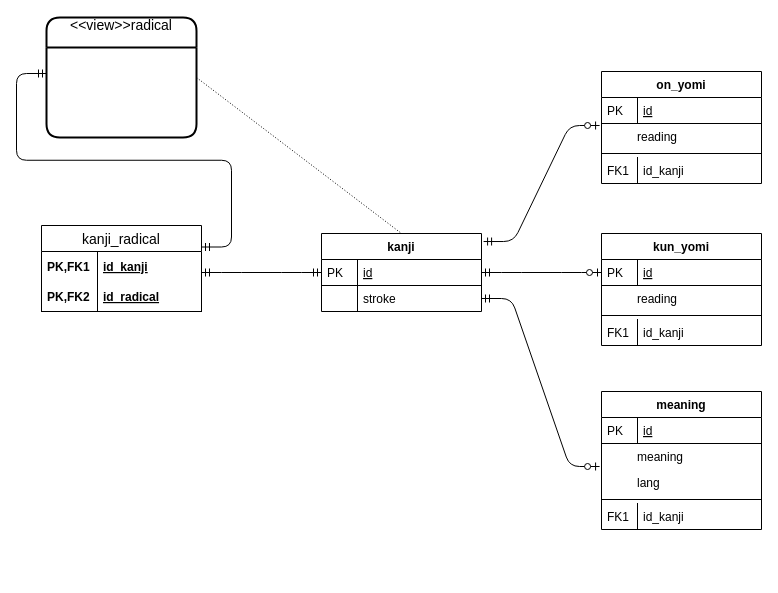
This is page "kanji.db" (1 of 2) of doc/ER_kanji.drawio from odrevet/edict_database, a draw.io file, before an edit. Source tidied: cells renumbered, new cells numbered last; positions are measured from the earlier drawing's top-left corner, leaving out a move shared by most shapes. Both pictures are drawn from the tidied source at 100%, with x=0, y=0 at pixel (41, 17).
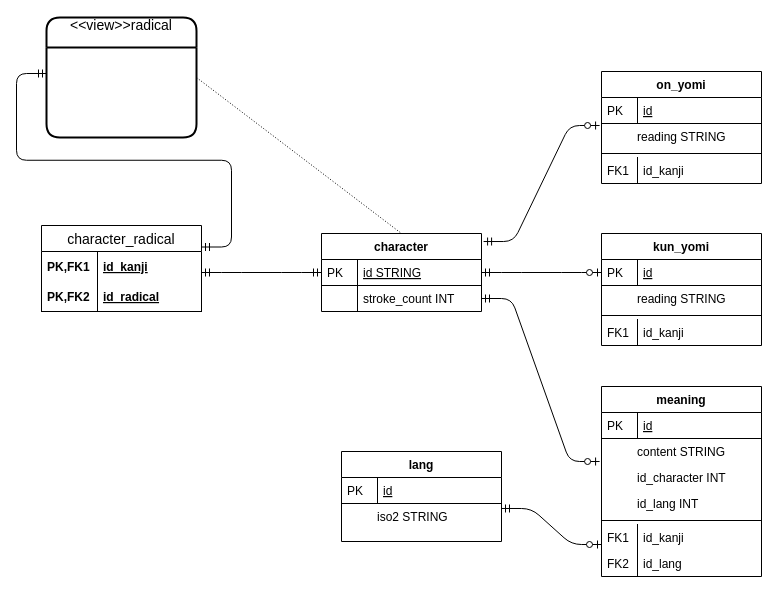
Above is the later version.

Unchanged cells that the change refers to:
```xml
<mxCell id="12" value="kun_yomi" style="swimlane;fontStyle=1;horizontal=1;startSize=26;rounded=0;shadow=0;strokeWidth=1;" parent="1" vertex="1">
  <mxGeometry x="560" y="216" width="160" height="112" as="geometry" />
</mxCell>
<mxCell id="20" value="on_yomi" style="swimlane;fontStyle=1;horizontal=1;startSize=26;rounded=0;shadow=0;strokeWidth=1;" parent="1" vertex="1">
  <mxGeometry x="560" y="54" width="160" height="112" as="geometry" />
</mxCell>
```

Diff of the diagram source:
```diff
@@
-<mxGraphModel>
+<mxGraphModel background="#FFFFFF">
@@
     <mxCell id="2" value="meaning" style="swimlane;fontStyle=1;horizontal=1;startSize=26;rounded=0;shadow=0;strokeWidth=1;" parent="1" vertex="1">
-      <mxGeometry x="560" y="374" width="160" height="138" as="geometry" />
+      <mxGeometry x="560" y="369" width="160" height="190" as="geometry" />
     </mxCell>
@@
-    <mxCell id="5" value="meaning" style="shape=partialRectangle;top=0;left=0;right=0;bottom=0;align=left;verticalAlign=top;fillColor=none;spacingLeft=34;spacingRight=4;overflow=hidden;points=[[0,0.5],[1,0.5]];portConstraint=eastwest;fontSize=12;" parent="2" vertex="1">
+    <mxCell id="5" value="content STRING" style="shape=partialRectangle;top=0;left=0;right=0;bottom=0;align=left;verticalAlign=top;fillColor=none;spacingLeft=34;spacingRight=4;overflow=hidden;points=[[0,0.5],[1,0.5]];portConstraint=eastwest;fontSize=12;" parent="2" vertex="1">
       <mxGeometry y="52" width="160" height="26" as="geometry" />
     </mxCell>
@@
-    <mxCell id="7" value="lang" style="shape=partialRectangle;top=0;left=0;right=0;bottom=0;align=left;verticalAlign=top;fillColor=none;spacingLeft=34;spacingRight=4;overflow=hidden;fontSize=12;" parent="2" vertex="1">
+    <mxCell id="7" value="id_character INT" style="shape=partialRectangle;top=0;left=0;right=0;bottom=0;align=left;verticalAlign=top;fillColor=none;spacingLeft=34;spacingRight=4;overflow=hidden;fontSize=12;" parent="2" vertex="1">
       <mxGeometry y="78" width="160" height="26" as="geometry" />
     </mxCell>
@@
+    <mxCell id="45" value="id_lang INT" style="shape=partialRectangle;top=0;left=0;right=0;bottom=0;align=left;verticalAlign=top;fillColor=none;spacingLeft=34;spacingRight=4;overflow=hidden;fontSize=12;" parent="2" vertex="1">
+      <mxGeometry y="104" width="160" height="26" as="geometry" />
+    </mxCell>
+    <mxCell id="46" style="shape=partialRectangle;top=0;left=0;bottom=0;right=0;fillColor=none;align=left;verticalAlign=top;spacingLeft=4;spacingRight=4;overflow=hidden;fontSize=12;" parent="45" vertex="1">
+      <mxGeometry width="30" height="26" as="geometry" />
+    </mxCell>
     <mxCell id="9" style="line;strokeWidth=1;fillColor=none;align=left;verticalAlign=middle;spacingTop=-1;spacingLeft=3;spacingRight=3;labelPosition=right;fontSize=12;" parent="2" vertex="1">
-      <mxGeometry y="104" width="160" height="8" as="geometry" />
+      <mxGeometry y="130" width="160" height="8" as="geometry" />
     </mxCell>
     <mxCell id="10" value="id_kanji" style="shape=partialRectangle;top=0;left=0;right=0;bottom=0;align=left;verticalAlign=top;fillColor=none;spacingLeft=40;spacingRight=4;overflow=hidden;rounded=0;shadow=0;strokeWidth=1;" parent="2" vertex="1">
-      <mxGeometry y="112" width="160" height="26" as="geometry" />
+      <mxGeometry y="138" width="160" height="26" as="geometry" />
     </mxCell>
@@
+    <mxCell id="47" value="id_lang" style="shape=partialRectangle;top=0;left=0;right=0;bottom=0;align=left;verticalAlign=top;fillColor=none;spacingLeft=40;spacingRight=4;overflow=hidden;rounded=0;shadow=0;strokeWidth=1;" parent="2" vertex="1">
+      <mxGeometry y="164" width="160" height="26" as="geometry" />
+    </mxCell>
+    <mxCell id="48" value="FK2" style="shape=partialRectangle;top=0;left=0;bottom=0;fillColor=none;align=left;verticalAlign=top;spacingLeft=4;spacingRight=4;overflow=hidden;" parent="47" vertex="1">
+      <mxGeometry width="36" height="26" as="geometry" />
+    </mxCell>
@@
-    <mxCell id="15" value="reading" style="shape=partialRectangle;top=0;left=0;right=0;bottom=0;align=left;verticalAlign=top;fillColor=none;spacingLeft=34;spacingRight=4;overflow=hidden;fontSize=12;" parent="12" vertex="1">
+    <mxCell id="15" value="reading STRING" style="shape=partialRectangle;top=0;left=0;right=0;bottom=0;align=left;verticalAlign=top;fillColor=none;spacingLeft=34;spacingRight=4;overflow=hidden;fontSize=12;" parent="12" vertex="1">
       <mxGeometry y="52" width="160" height="26" as="geometry" />
     </mxCell>
@@
-    <mxCell id="23" value="reading" style="shape=partialRectangle;top=0;left=0;right=0;bottom=0;align=left;verticalAlign=top;fillColor=none;spacingLeft=34;spacingRight=4;overflow=hidden;points=[[0,0.5],[1,0.5]];portConstraint=eastwest;fontSize=12;" parent="20" vertex="1">
+    <mxCell id="23" value="reading STRING" style="shape=partialRectangle;top=0;left=0;right=0;bottom=0;align=left;verticalAlign=top;fillColor=none;spacingLeft=34;spacingRight=4;overflow=hidden;points=[[0,0.5],[1,0.5]];portConstraint=eastwest;fontSize=12;" parent="20" vertex="1">
       <mxGeometry y="52" width="160" height="26" as="geometry" />
     </mxCell>
@@
-    <mxCell id="28" value="kanji" style="swimlane;fontStyle=1;horizontal=1;startSize=26;rounded=0;shadow=0;strokeWidth=1;" parent="1" vertex="1">
+    <mxCell id="28" value="character" style="swimlane;fontStyle=1;horizontal=1;startSize=26;rounded=0;shadow=0;strokeWidth=1;" parent="1" vertex="1">
       <mxGeometry x="280" y="216" width="160" height="78" as="geometry" />
     </mxCell>
-    <mxCell id="29" value="id" style="shape=partialRectangle;top=0;left=0;right=0;bottom=1;align=left;verticalAlign=top;fillColor=none;spacingLeft=40;spacingRight=4;overflow=hidden;points=[[0,0.5],[1,0.5]];portConstraint=eastwest;rounded=0;shadow=0;strokeWidth=1;fontStyle=4;" parent="28" vertex="1">
+    <mxCell id="29" value="id STRING" style="shape=partialRectangle;top=0;left=0;right=0;bottom=1;align=left;verticalAlign=top;fillColor=none;spacingLeft=40;spacingRight=4;overflow=hidden;points=[[0,0.5],[1,0.5]];portConstraint=eastwest;rounded=0;shadow=0;strokeWidth=1;fontStyle=4;" parent="28" vertex="1">
       <mxGeometry y="26" width="160" height="26" as="geometry" />
     </mxCell>
@@
-    <mxCell id="31" value="stroke" style="shape=partialRectangle;top=0;left=0;right=0;bottom=0;align=left;verticalAlign=top;fillColor=none;spacingLeft=40;spacingRight=4;overflow=hidden;points=[[0,0.5],[1,0.5]];portConstraint=eastwest;rounded=0;shadow=0;strokeWidth=1;" parent="28" vertex="1">
+    <mxCell id="31" value="stroke_count INT" style="shape=partialRectangle;top=0;left=0;right=0;bottom=0;align=left;verticalAlign=top;fillColor=none;spacingLeft=40;spacingRight=4;overflow=hidden;points=[[0,0.5],[1,0.5]];portConstraint=eastwest;rounded=0;shadow=0;strokeWidth=1;" parent="28" vertex="1">
       <mxGeometry y="52" width="160" height="26" as="geometry" />
     </mxCell>
@@
-    <mxCell id="35" value="kanji_radical" style="swimlane;fontStyle=0;horizontal=1;startSize=26;align=center;fontSize=14;" parent="1" vertex="1">
+    <mxCell id="35" value="character_radical" style="swimlane;fontStyle=0;horizontal=1;startSize=26;align=center;fontSize=14;" parent="1" vertex="1">
       <mxGeometry y="208" width="160" height="86" as="geometry" />
     </mxCell>
@@
+    <mxCell id="49" value="lang" style="swimlane;fontStyle=1;horizontal=1;startSize=26;rounded=0;shadow=0;strokeWidth=1;" parent="1" vertex="1">
+      <mxGeometry x="300" y="434" width="160" height="90" as="geometry" />
+    </mxCell>
+    <mxCell id="50" value="id" style="shape=partialRectangle;top=0;left=0;right=0;bottom=1;align=left;verticalAlign=top;fillColor=none;spacingLeft=40;spacingRight=4;overflow=hidden;points=[[0,0.5],[1,0.5]];portConstraint=eastwest;rounded=0;shadow=0;strokeWidth=1;fontStyle=4;" parent="49" vertex="1">
+      <mxGeometry y="26" width="160" height="26" as="geometry" />
+    </mxCell>
+    <mxCell id="51" value="PK" style="shape=partialRectangle;top=0;left=0;bottom=0;fillColor=none;align=left;verticalAlign=top;spacingLeft=4;spacingRight=4;overflow=hidden;" parent="50" vertex="1">
+      <mxGeometry width="36" height="26" as="geometry" />
+    </mxCell>
+    <mxCell id="52" value="iso2 STRING" style="shape=partialRectangle;top=0;left=0;right=0;bottom=0;align=left;verticalAlign=top;fillColor=none;spacingLeft=34;spacingRight=4;overflow=hidden;fontSize=12;" parent="49" vertex="1">
+      <mxGeometry y="52" width="160" height="26" as="geometry" />
+    </mxCell>
+    <mxCell id="53" style="shape=partialRectangle;top=0;left=0;bottom=0;right=0;fillColor=none;align=left;verticalAlign=top;spacingLeft=4;spacingRight=4;overflow=hidden;fontSize=12;" parent="52" vertex="1">
+      <mxGeometry width="30" height="26" as="geometry" />
+    </mxCell>
+    <mxCell id="54" style="edgeStyle=entityRelationEdgeStyle;fontSize=12;html=1;endArrow=ERzeroToOne;startArrow=ERmandOne;entryX=-0.012;entryY=0.885;entryDx=0;entryDy=0;entryPerimeter=0;exitX=1;exitY=1.192;exitDx=0;exitDy=0;exitPerimeter=0;" parent="1" edge="1" source="50">
+      <mxGeometry relative="1" as="geometry">
+        <mxPoint x="560" y="527" as="targetPoint" />
+      </mxGeometry>
+    </mxCell>
```
